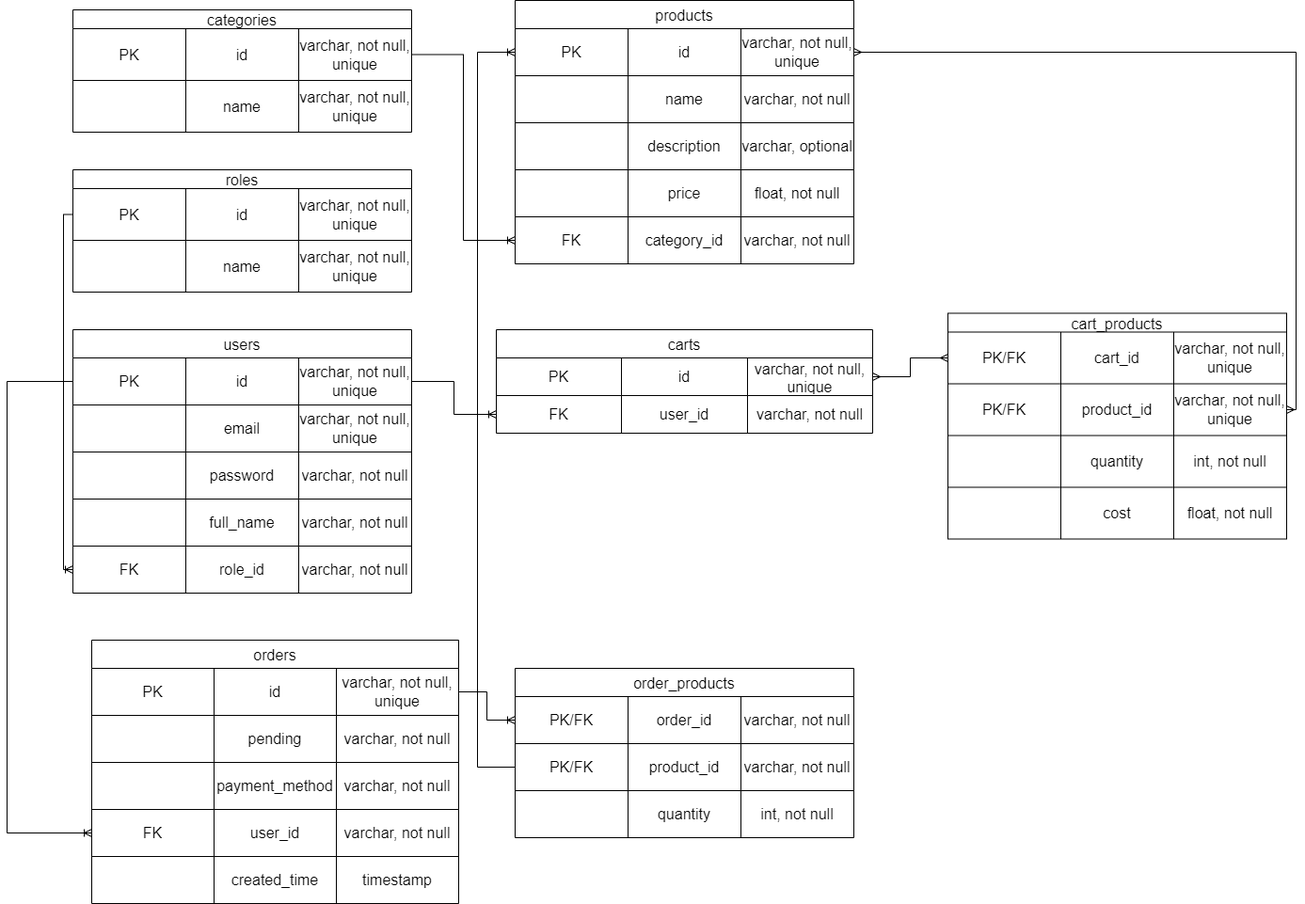
This is src/main/resources/db/shopERD.png from 040824-JAVA-SQL-REST/shop-project-tyler, a draw.io export, as it was before one commit. Source tidied: cells renumbered, new cells last; positions are measured from the earlier drawing's top-left corner, leaving out a move shared by most shapes.
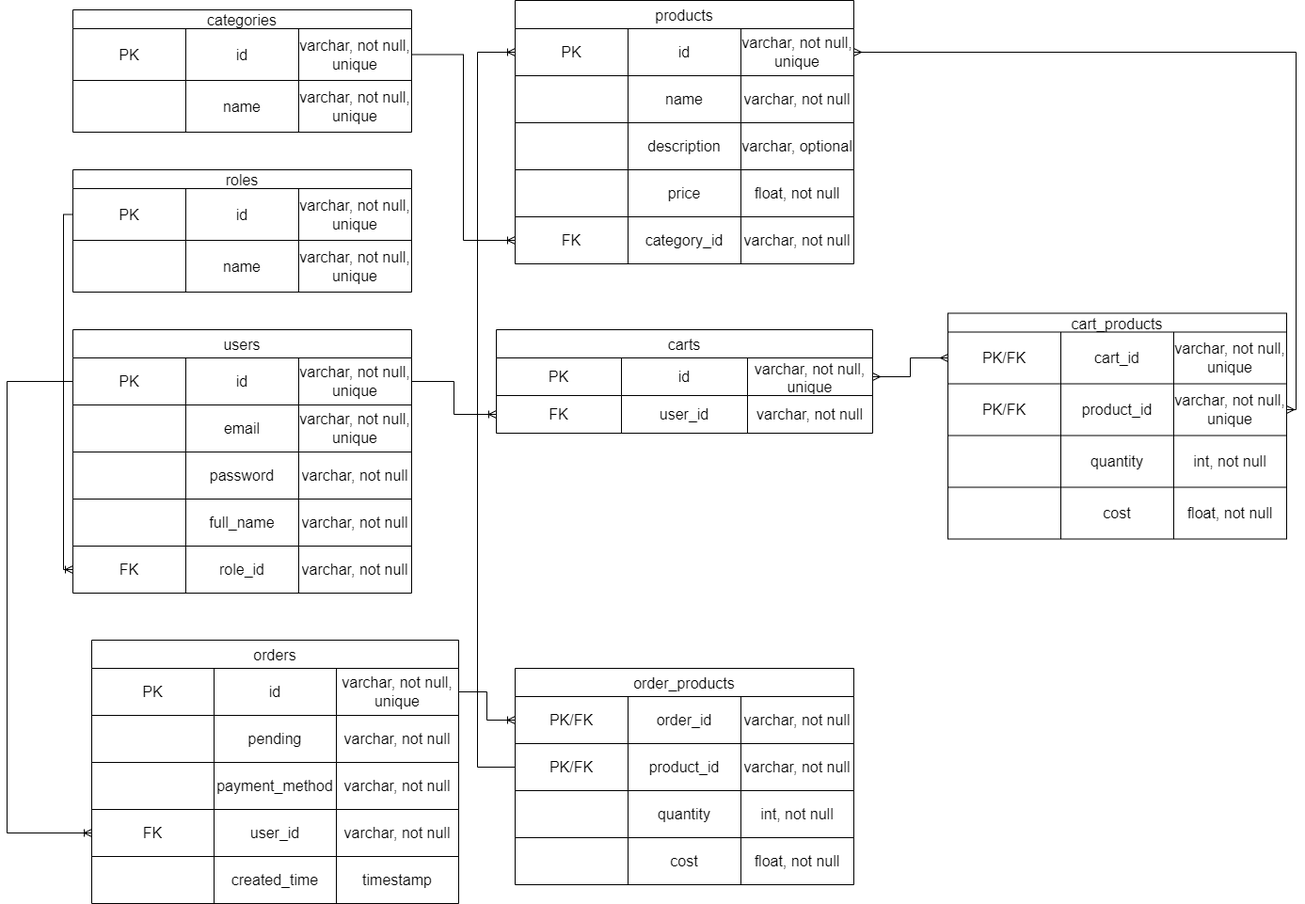
Later version of the same file.

The edit, as a diff of the source:
```diff
@@ -312,7 +312,7 @@
       <mxGeometry x="260" width="130" height="50" as="geometry" />
     </mxCell>
     <mxCell id="105" value="order_products" style="shape=table;startSize=30;strokeColor=default;fontSize=16;" parent="1" vertex="1">
-      <mxGeometry x="540" y="710" width="360" height="180" as="geometry" />
+      <mxGeometry x="540" y="710" width="360" height="230" as="geometry" />
     </mxCell>
     <mxCell id="106" style="shape=tableRow;horizontal=0;startSize=0;swimlaneHead=0;swimlaneBody=0;strokeColor=inherit;top=0;left=0;bottom=0;right=0;fillColor=none;points=[[0,0.5],[1,0.5]];portConstraint=eastwest;fontSize=16;" parent="105" vertex="1">
       <mxGeometry y="30" width="360" height="50" as="geometry" />
@@ -350,6 +350,18 @@
     <mxCell id="117" value="int, not null" style="shape=partialRectangle;html=1;whiteSpace=wrap;strokeColor=inherit;overflow=hidden;fillColor=none;top=0;left=0;bottom=0;right=0;fontSize=16;" parent="114" vertex="1">
       <mxGeometry x="240" width="120" height="50" as="geometry" />
     </mxCell>
+    <mxCell id="131" style="shape=tableRow;horizontal=0;startSize=0;swimlaneHead=0;swimlaneBody=0;strokeColor=inherit;top=0;left=0;bottom=0;right=0;fillColor=none;fontSize=16;" parent="105" vertex="1">
+      <mxGeometry y="180" width="360" height="50" as="geometry" />
+    </mxCell>
+    <mxCell id="132" style="shape=partialRectangle;html=1;whiteSpace=wrap;strokeColor=inherit;overflow=hidden;fillColor=none;top=0;left=0;bottom=0;right=0;fontSize=16;" parent="131" vertex="1">
+      <mxGeometry width="120" height="50" as="geometry" />
+    </mxCell>
+    <mxCell id="133" value="cost" style="shape=partialRectangle;html=1;whiteSpace=wrap;strokeColor=inherit;overflow=hidden;fillColor=none;top=0;left=0;bottom=0;right=0;fontSize=16;" parent="131" vertex="1">
+      <mxGeometry x="120" width="120" height="50" as="geometry" />
+    </mxCell>
+    <mxCell id="134" value="float, not null" style="shape=partialRectangle;html=1;whiteSpace=wrap;strokeColor=inherit;overflow=hidden;fillColor=none;top=0;left=0;bottom=0;right=0;fontSize=16;" parent="131" vertex="1">
+      <mxGeometry x="240" width="120" height="50" as="geometry" />
+    </mxCell>
     <mxCell id="118" style="edgeStyle=orthogonalEdgeStyle;fontSize=12;html=1;endArrow=ERoneToMany;rounded=0;entryX=0;entryY=0.5;entryDx=0;entryDy=0;exitX=0;exitY=0.5;exitDx=0;exitDy=0;" parent="1" edge="1" source="4" target="97">
       <mxGeometry relative="1" as="geometry">
         <Array as="points">
```
